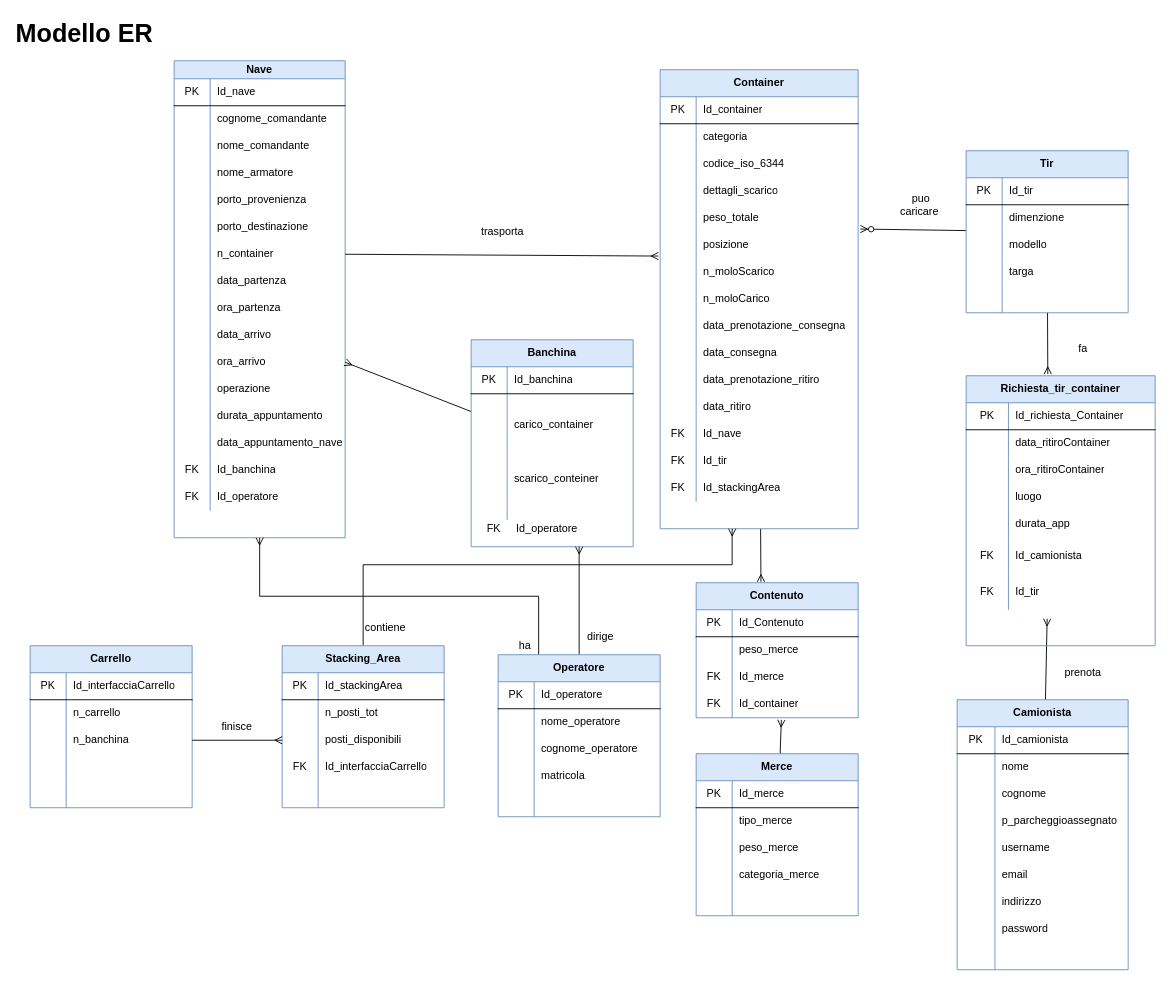
Above: databases_finito.drawio in giuliacangani02/EsameGiulia2021 (draw.io), before the change. Source tidied: cells renumbered, new cells numbered last; positions are measured from the earlier drawing's top-left corner, leaving out a move shared by most shapes. Both pictures are drawn from the tidied source at 90%, with x=0, y=0 at pixel (30, 15).
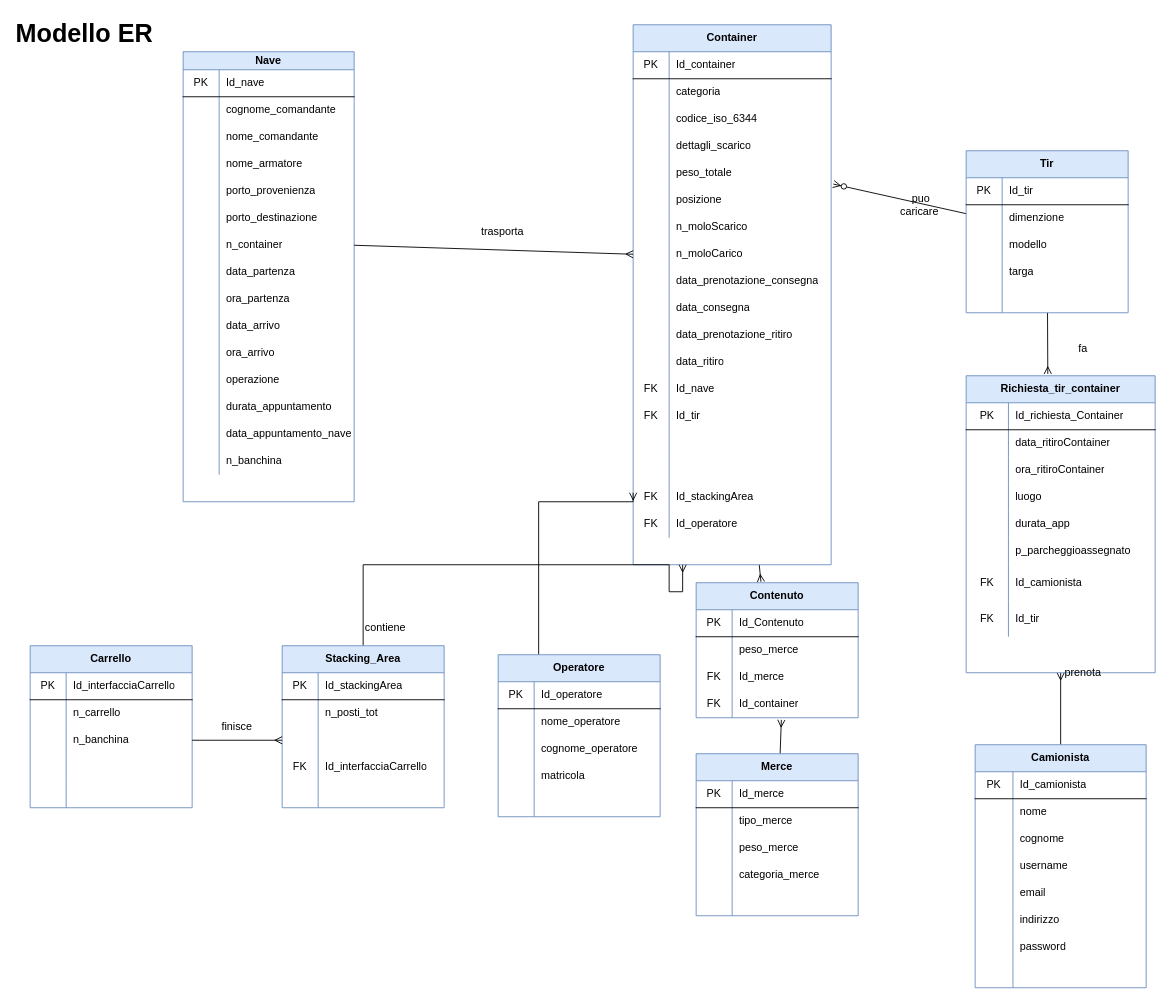
The same page after the edit.

The change refers to these unchanged cells:
```xml
<mxCell id="21" style="shape=partialRectangle;html=1;whiteSpace=wrap;fillColor=none;top=0;left=0;bottom=0;right=0;points=[[0,0.5],[1,0.5]];portConstraint=eastwest;" parent="2" vertex="1">
  <mxGeometry y="200" width="190" height="30" as="geometry" />
</mxCell>
<mxCell id="33" style="shape=partialRectangle;html=1;whiteSpace=wrap;fillColor=none;top=0;left=0;bottom=0;right=0;points=[[0,0.5],[1,0.5]];portConstraint=eastwest;" parent="2" vertex="1">
  <mxGeometry y="320" width="190" height="30" as="geometry" />
</mxCell>
<mxCell id="45" style="shape=partialRectangle;html=1;whiteSpace=wrap;fillColor=none;top=0;left=0;bottom=0;right=0;" parent="2" vertex="1">
  <mxGeometry y="440" width="190" height="30" as="geometry" />
</mxCell>
<mxCell id="94" style="shape=partialRectangle;html=1;whiteSpace=wrap;fillColor=none;top=0;left=0;bottom=0;right=0;points=[[0,0.5],[1,0.5]];portConstraint=eastwest;" parent="72" vertex="1">
  <mxGeometry y="240" width="220" height="30" as="geometry" />
</mxCell>
<mxCell id="154" value="Stacking_Area" style="shape=table;html=1;whiteSpace=wrap;startSize=30;childLayout=tableLayout;rowLines=0;fontStyle=1;align=center;fillColor=#dae8fc;strokeColor=#6c8ebf;" parent="1" vertex="1">
  <mxGeometry x="280" y="700" width="180" height="180" as="geometry" />
</mxCell>
<mxCell id="161" style="shape=partialRectangle;html=1;whiteSpace=wrap;fillColor=none;top=0;left=0;bottom=0;right=0;points=[[0,0.5],[1,0.5]];portConstraint=eastwest;" parent="154" vertex="1">
  <mxGeometry y="90" width="180" height="30" as="geometry" />
</mxCell>
<mxCell id="219" value="Operatore" style="shape=table;html=1;whiteSpace=wrap;startSize=30;childLayout=tableLayout;rowLines=0;fontStyle=1;align=center;fillColor=#dae8fc;strokeColor=#6c8ebf;" parent="1" vertex="1">
  <mxGeometry x="520" y="710" width="180" height="180" as="geometry" />
</mxCell>
```

Change to the diagram source:
```diff
@@
     <mxCell id="2" value="Nave" style="shape=table;html=1;whiteSpace=wrap;startSize=20;childLayout=tableLayout;rowLines=0;fontStyle=1;align=center;fillColor=#dae8fc;strokeColor=#6c8ebf;" parent="1" vertex="1">
-      <mxGeometry x="160" y="50" width="190" height="530" as="geometry" />
+      <mxGeometry x="170" y="40" width="190" height="500" as="geometry" />
     </mxCell>
@@
-    <mxCell id="46" value="FK" style="shape=partialRectangle;html=1;whiteSpace=wrap;fillColor=none;top=0;left=0;bottom=0;right=0;overflow=hidden;" parent="45" vertex="1">
+    <mxCell id="46" style="shape=partialRectangle;html=1;whiteSpace=wrap;fillColor=none;top=0;left=0;bottom=0;right=0;overflow=hidden;" parent="45" vertex="1">
       <mxGeometry width="40" height="30" as="geometry" />
     </mxCell>
-    <mxCell id="47" value="Id_banchina" style="shape=partialRectangle;html=1;whiteSpace=wrap;fillColor=none;top=0;left=0;bottom=0;right=0;align=left;spacingLeft=6;overflow=hidden;" parent="45" vertex="1">
+    <mxCell id="47" value="n_banchina" style="shape=partialRectangle;html=1;whiteSpace=wrap;fillColor=none;top=0;left=0;bottom=0;right=0;align=left;spacingLeft=6;overflow=hidden;" parent="45" vertex="1">
       <mxGeometry x="40" width="150" height="30" as="geometry" />
     </mxCell>
-    <mxCell id="48" style="shape=partialRectangle;html=1;whiteSpace=wrap;fillColor=none;top=0;left=0;bottom=0;right=0;" parent="2" vertex="1">
-      <mxGeometry y="470" width="190" height="30" as="geometry" />
-    </mxCell>
-    <mxCell id="49" value="FK" style="shape=partialRectangle;html=1;whiteSpace=wrap;fillColor=none;top=0;left=0;bottom=0;right=0;overflow=hidden;" parent="48" vertex="1">
-      <mxGeometry width="40" height="30" as="geometry" />
-    </mxCell>
-    <mxCell id="50" value="Id_operatore" style="shape=partialRectangle;html=1;whiteSpace=wrap;fillColor=none;top=0;left=0;bottom=0;right=0;align=left;spacingLeft=6;overflow=hidden;" parent="48" vertex="1">
-      <mxGeometry x="40" width="150" height="30" as="geometry" />
-    </mxCell>
-    <mxCell id="51" style="edgeStyle=none;rounded=0;jettySize=auto;html=1;entryX=1;entryY=0.5;entryDx=0;entryDy=0;endArrow=ERmany;endFill=0;" parent="1" edge="1" source="52" target="33">
-      <mxGeometry relative="1" as="geometry" />
-    </mxCell>
-    <mxCell id="52" value="Banchina" style="shape=table;html=1;whiteSpace=wrap;startSize=30;childLayout=tableLayout;rowLines=0;fontStyle=1;align=center;fillColor=#dae8fc;strokeColor=#6c8ebf;" parent="1" vertex="1">
-      <mxGeometry x="490" y="360" width="180" height="230" as="geometry" />
-    </mxCell>
-    <mxCell id="53" style="shape=partialRectangle;html=1;whiteSpace=wrap;fillColor=none;top=0;left=0;bottom=1;right=0;" parent="52" vertex="1">
-      <mxGeometry y="30" width="180" height="30" as="geometry" />
-    </mxCell>
-    <mxCell id="54" value="PK" style="shape=partialRectangle;html=1;whiteSpace=wrap;fillColor=none;top=0;left=0;bottom=0;right=0;overflow=hidden;" parent="53" vertex="1">
-      <mxGeometry width="40" height="30" as="geometry" />
-    </mxCell>
-    <mxCell id="55" value="Id_banchina" style="shape=partialRectangle;html=1;whiteSpace=wrap;fillColor=none;top=0;left=0;bottom=0;right=0;align=left;spacingLeft=6;overflow=hidden;" parent="53" vertex="1">
-      <mxGeometry x="40" width="140" height="30" as="geometry" />
-    </mxCell>
-    <mxCell id="56" style="shape=partialRectangle;html=1;whiteSpace=wrap;fillColor=none;top=0;left=0;bottom=0;right=0;" parent="52" vertex="1">
-      <mxGeometry y="60" width="180" height="20" as="geometry" />
-    </mxCell>
-    <mxCell id="57" style="shape=partialRectangle;html=1;whiteSpace=wrap;fillColor=none;top=0;left=0;bottom=0;right=0;overflow=hidden;" parent="56" vertex="1">
-      <mxGeometry width="40" height="20" as="geometry" />
-    </mxCell>
-    <mxCell id="58" style="shape=partialRectangle;html=1;whiteSpace=wrap;fillColor=none;top=0;left=0;bottom=0;right=0;align=left;spacingLeft=6;overflow=hidden;" parent="56" vertex="1">
-      <mxGeometry x="40" width="140" height="20" as="geometry" />
-    </mxCell>
-    <mxCell id="59" style="shape=partialRectangle;html=1;whiteSpace=wrap;fillColor=none;top=0;left=0;bottom=0;right=0;" parent="52" vertex="1">
-      <mxGeometry y="80" width="180" height="30" as="geometry" />
-    </mxCell>
-    <mxCell id="60" style="shape=partialRectangle;html=1;whiteSpace=wrap;fillColor=none;top=0;left=0;bottom=0;right=0;overflow=hidden;" parent="59" vertex="1">
-      <mxGeometry width="40" height="30" as="geometry" />
-    </mxCell>
-    <mxCell id="61" value="carico_container" style="shape=partialRectangle;html=1;whiteSpace=wrap;fillColor=none;top=0;left=0;bottom=0;right=0;align=left;spacingLeft=6;overflow=hidden;" parent="59" vertex="1">
-      <mxGeometry x="40" width="140" height="30" as="geometry" />
-    </mxCell>
-    <mxCell id="62" style="shape=partialRectangle;html=1;whiteSpace=wrap;fillColor=none;top=0;left=0;bottom=0;right=0;" parent="52" vertex="1">
-      <mxGeometry y="110" width="180" height="30" as="geometry" />
-    </mxCell>
-    <mxCell id="63" style="shape=partialRectangle;html=1;whiteSpace=wrap;fillColor=none;top=0;left=0;bottom=0;right=0;overflow=hidden;" parent="62" vertex="1">
-      <mxGeometry width="40" height="30" as="geometry" />
-    </mxCell>
-    <mxCell id="64" style="shape=partialRectangle;html=1;whiteSpace=wrap;fillColor=none;top=0;left=0;bottom=0;right=0;align=left;spacingLeft=6;overflow=hidden;" parent="62" vertex="1">
-      <mxGeometry x="40" width="140" height="30" as="geometry" />
-    </mxCell>
-    <mxCell id="65" style="shape=partialRectangle;html=1;whiteSpace=wrap;fillColor=none;top=0;left=0;bottom=0;right=0;" parent="52" vertex="1">
-      <mxGeometry y="140" width="180" height="30" as="geometry" />
-    </mxCell>
-    <mxCell id="66" style="shape=partialRectangle;html=1;whiteSpace=wrap;fillColor=none;top=0;left=0;bottom=0;right=0;overflow=hidden;" parent="65" vertex="1">
-      <mxGeometry width="40" height="30" as="geometry" />
-    </mxCell>
-    <mxCell id="67" value="scarico_conteiner" style="shape=partialRectangle;html=1;whiteSpace=wrap;fillColor=none;top=0;left=0;bottom=0;right=0;align=left;spacingLeft=6;overflow=hidden;" parent="65" vertex="1">
-      <mxGeometry x="40" width="140" height="30" as="geometry" />
-    </mxCell>
-    <mxCell id="68" style="shape=partialRectangle;html=1;whiteSpace=wrap;fillColor=none;top=0;left=0;bottom=0;right=0;" parent="52" vertex="1">
-      <mxGeometry y="170" width="180" height="30" as="geometry" />
-    </mxCell>
-    <mxCell id="69" style="shape=partialRectangle;html=1;whiteSpace=wrap;fillColor=none;top=0;left=0;bottom=0;right=0;overflow=hidden;" parent="68" vertex="1">
-      <mxGeometry width="40" height="30" as="geometry" />
-    </mxCell>
-    <mxCell id="70" style="shape=partialRectangle;html=1;whiteSpace=wrap;fillColor=none;top=0;left=0;bottom=0;right=0;align=left;spacingLeft=6;overflow=hidden;" parent="68" vertex="1">
-      <mxGeometry x="40" width="140" height="30" as="geometry" />
-    </mxCell>
@@
     <mxCell id="72" value="Container" style="shape=table;html=1;whiteSpace=wrap;startSize=30;childLayout=tableLayout;rowLines=0;fontStyle=1;align=center;fillColor=#dae8fc;strokeColor=#6c8ebf;" parent="1" vertex="1">
-      <mxGeometry x="700" y="60" width="220" height="510" as="geometry" />
+      <mxGeometry x="670" y="10" width="220" height="600" as="geometry" />
     </mxCell>
@@
+    <mxCell id="281" style="shape=partialRectangle;html=1;whiteSpace=wrap;fillColor=none;top=0;left=0;bottom=0;right=0;" parent="72" vertex="1">
+      <mxGeometry y="450" width="220" height="30" as="geometry" />
+    </mxCell>
+    <mxCell id="282" style="shape=partialRectangle;html=1;whiteSpace=wrap;fillColor=none;top=0;left=0;bottom=0;right=0;overflow=hidden;" parent="281" vertex="1">
+      <mxGeometry width="40" height="30" as="geometry" />
+    </mxCell>
+    <mxCell id="283" style="shape=partialRectangle;html=1;whiteSpace=wrap;fillColor=none;top=0;left=0;bottom=0;right=0;align=left;spacingLeft=6;overflow=hidden;" parent="281" vertex="1">
+      <mxGeometry x="40" width="180" height="30" as="geometry" />
+    </mxCell>
     <mxCell id="115" style="shape=partialRectangle;html=1;whiteSpace=wrap;fillColor=none;top=0;left=0;bottom=0;right=0;" parent="72" vertex="1">
-      <mxGeometry y="450" width="220" height="30" as="geometry" />
+      <mxGeometry y="480" width="220" height="30" as="geometry" />
     </mxCell>
-    <mxCell id="116" value="FK" style="shape=partialRectangle;html=1;whiteSpace=wrap;fillColor=none;top=0;left=0;bottom=0;right=0;overflow=hidden;" parent="115" vertex="1">
+    <mxCell id="116" style="shape=partialRectangle;html=1;whiteSpace=wrap;fillColor=none;top=0;left=0;bottom=0;right=0;overflow=hidden;" parent="115" vertex="1">
       <mxGeometry width="40" height="30" as="geometry" />
     </mxCell>
-    <mxCell id="117" value="Id_stackingArea" style="shape=partialRectangle;html=1;whiteSpace=wrap;fillColor=none;top=0;left=0;bottom=0;right=0;align=left;spacingLeft=6;overflow=hidden;" parent="115" vertex="1">
+    <mxCell id="117" style="shape=partialRectangle;html=1;whiteSpace=wrap;fillColor=none;top=0;left=0;bottom=0;right=0;align=left;spacingLeft=6;overflow=hidden;" parent="115" vertex="1">
       <mxGeometry x="40" width="180" height="30" as="geometry" />
     </mxCell>
+    <mxCell id="284" style="shape=partialRectangle;html=1;whiteSpace=wrap;fillColor=none;top=0;left=0;bottom=0;right=0;" parent="72" vertex="1">
+      <mxGeometry y="510" width="220" height="30" as="geometry" />
+    </mxCell>
+    <mxCell id="262" value="FK" style="shape=partialRectangle;html=1;whiteSpace=wrap;fillColor=none;top=0;left=0;bottom=0;right=0;overflow=hidden;" parent="284" vertex="1">
+      <mxGeometry width="40" height="30" as="geometry" />
+    </mxCell>
+    <mxCell id="285" value="Id_stackingArea" style="shape=partialRectangle;html=1;whiteSpace=wrap;fillColor=none;top=0;left=0;bottom=0;right=0;align=left;spacingLeft=6;overflow=hidden;" parent="284" vertex="1">
+      <mxGeometry x="40" width="180" height="30" as="geometry" />
+    </mxCell>
+    <mxCell id="48" style="shape=partialRectangle;html=1;whiteSpace=wrap;fillColor=none;top=0;left=0;bottom=0;right=0;" parent="72" vertex="1">
+      <mxGeometry y="540" width="220" height="30" as="geometry" />
+    </mxCell>
+    <mxCell id="49" value="FK" style="shape=partialRectangle;html=1;whiteSpace=wrap;fillColor=none;top=0;left=0;bottom=0;right=0;overflow=hidden;" parent="48" vertex="1">
+      <mxGeometry width="40" height="30" as="geometry" />
+    </mxCell>
+    <mxCell id="50" value="Id_operatore" style="shape=partialRectangle;html=1;whiteSpace=wrap;fillColor=none;top=0;left=0;bottom=0;right=0;align=left;spacingLeft=6;overflow=hidden;" parent="48" vertex="1">
+      <mxGeometry x="40" width="180" height="30" as="geometry" />
+    </mxCell>
@@
-    <mxCell id="153" style="edgeStyle=orthogonalEdgeStyle;rounded=0;jettySize=auto;html=1;endArrow=ERmany;endFill=0;" parent="1" edge="1" source="154">
+    <mxCell id="153" style="edgeStyle=orthogonalEdgeStyle;rounded=0;jettySize=auto;html=1;endArrow=ERmany;endFill=0;entryX=0.25;entryY=1;entryDx=0;entryDy=0;" parent="1" edge="1" source="154" target="72">
       <mxGeometry relative="1" as="geometry">
-        <mxPoint x="780" y="570" as="targetPoint" />
         <Array as="points">
           <mxPoint x="370" y="610" />
-          <mxPoint x="780" y="610" />
+          <mxPoint x="710" y="610" />
+          <mxPoint x="710" y="640" />
+          <mxPoint x="725" y="640" />
         </Array>
       </mxGeometry>
     </mxCell>
@@
-    <mxCell id="163" value="posti_disponibili" style="shape=partialRectangle;html=1;whiteSpace=wrap;fillColor=none;top=0;left=0;bottom=0;right=0;align=left;spacingLeft=6;overflow=hidden;" parent="161" vertex="1">
+    <mxCell id="163" style="shape=partialRectangle;html=1;whiteSpace=wrap;fillColor=none;top=0;left=0;bottom=0;right=0;align=left;spacingLeft=6;overflow=hidden;" parent="161" vertex="1">
       <mxGeometry x="40" width="140" height="30" as="geometry" />
     </mxCell>
@@
     <mxCell id="186" style="edgeStyle=none;rounded=0;jettySize=auto;html=1;endArrow=ERmany;endFill=0;" parent="1" edge="1" source="187">
       <mxGeometry relative="1" as="geometry">
-        <mxPoint x="1130" y="670" as="targetPoint" />
+        <mxPoint x="1145" y="730" as="targetPoint" />
       </mxGeometry>
     </mxCell>
     <mxCell id="187" value="Camionista" style="shape=table;html=1;whiteSpace=wrap;startSize=30;childLayout=tableLayout;rowLines=0;fontStyle=1;align=center;fillColor=#dae8fc;strokeColor=#6c8ebf;" parent="1" vertex="1">
-      <mxGeometry x="1030" y="760" width="190" height="300" as="geometry" />
+      <mxGeometry x="1050" y="810" width="190" height="270" as="geometry" />
     </mxCell>
@@
-    <mxCell id="197" style="shape=partialRectangle;html=1;whiteSpace=wrap;fillColor=none;top=0;left=0;bottom=0;right=0;" parent="187" vertex="1">
-      <mxGeometry y="120" width="190" height="30" as="geometry" />
-    </mxCell>
-    <mxCell id="198" style="shape=partialRectangle;html=1;whiteSpace=wrap;fillColor=none;top=0;left=0;bottom=0;right=0;overflow=hidden;" parent="197" vertex="1">
-      <mxGeometry width="42" height="30" as="geometry" />
-    </mxCell>
-    <mxCell id="199" value="p_parcheggioassegnato" style="shape=partialRectangle;html=1;whiteSpace=wrap;fillColor=none;top=0;left=0;bottom=0;right=0;align=left;spacingLeft=6;overflow=hidden;" parent="197" vertex="1">
-      <mxGeometry x="42" width="148" height="30" as="geometry" />
-    </mxCell>
     <mxCell id="200" style="shape=partialRectangle;html=1;whiteSpace=wrap;fillColor=none;top=0;left=0;bottom=0;right=0;" parent="187" vertex="1">
-      <mxGeometry y="150" width="190" height="30" as="geometry" />
+      <mxGeometry y="120" width="190" height="30" as="geometry" />
     </mxCell>
@@
     <mxCell id="203" style="shape=partialRectangle;html=1;whiteSpace=wrap;fillColor=none;top=0;left=0;bottom=0;right=0;" parent="187" vertex="1">
-      <mxGeometry y="180" width="190" height="30" as="geometry" />
+      <mxGeometry y="150" width="190" height="30" as="geometry" />
     </mxCell>
@@
     <mxCell id="206" style="shape=partialRectangle;html=1;whiteSpace=wrap;fillColor=none;top=0;left=0;bottom=0;right=0;" parent="187" vertex="1">
-      <mxGeometry y="210" width="190" height="30" as="geometry" />
+      <mxGeometry y="180" width="190" height="30" as="geometry" />
     </mxCell>
@@
     <mxCell id="209" style="shape=partialRectangle;html=1;whiteSpace=wrap;fillColor=none;top=0;left=0;bottom=0;right=0;" parent="187" vertex="1">
-      <mxGeometry y="240" width="190" height="30" as="geometry" />
+      <mxGeometry y="210" width="190" height="30" as="geometry" />
     </mxCell>
@@
     <mxCell id="212" style="shape=partialRectangle;html=1;whiteSpace=wrap;fillColor=none;top=0;left=0;bottom=0;right=0;" parent="187" vertex="1">
-      <mxGeometry y="270" width="190" height="30" as="geometry" />
+      <mxGeometry y="240" width="190" height="30" as="geometry" />
     </mxCell>
@@
-    <mxCell id="217" style="edgeStyle=none;rounded=0;jettySize=auto;html=1;endArrow=ERmany;endFill=0;" parent="1" edge="1" source="219">
-      <mxGeometry relative="1" as="geometry">
-        <mxPoint x="610" y="590" as="targetPoint" />
-      </mxGeometry>
-    </mxCell>
-    <mxCell id="218" style="edgeStyle=orthogonalEdgeStyle;rounded=0;jettySize=auto;html=1;exitX=0.25;exitY=0;exitDx=0;exitDy=0;endArrow=ERmany;endFill=0;entryX=0.5;entryY=1;entryDx=0;entryDy=0;" parent="1" edge="1" source="219" target="2">
-      <mxGeometry relative="1" as="geometry" />
+    <mxCell id="218" style="edgeStyle=orthogonalEdgeStyle;rounded=0;jettySize=auto;html=1;exitX=0.25;exitY=0;exitDx=0;exitDy=0;endArrow=ERmany;endFill=0;" parent="1" edge="1" source="219">
+      <mxGeometry relative="1" as="geometry">
+        <mxPoint x="670" y="530" as="targetPoint" />
+        <Array as="points">
+          <mxPoint x="565" y="540" />
+          <mxPoint x="670" y="540" />
+        </Array>
+      </mxGeometry>
     </mxCell>
@@
-    <mxCell id="235" value="dirige" style="text;html=1;strokeColor=none;fillColor=none;align=center;verticalAlign=middle;whiteSpace=wrap;rounded=0;" parent="1" vertex="1">
-      <mxGeometry x="614" y="680" width="40" height="20" as="geometry" />
-    </mxCell>
     <mxCell id="236" value="Richiesta_tir_container" style="shape=table;html=1;whiteSpace=wrap;startSize=30;childLayout=tableLayout;rowLines=0;fontStyle=1;align=center;fillColor=#dae8fc;strokeColor=#6c8ebf;" parent="1" vertex="1">
-      <mxGeometry x="1040" y="400" width="210" height="300" as="geometry" />
+      <mxGeometry x="1040" y="400" width="210" height="330" as="geometry" />
     </mxCell>
@@
+    <mxCell id="286" style="shape=partialRectangle;html=1;whiteSpace=wrap;fillColor=none;top=0;left=0;bottom=0;right=0;" parent="236" vertex="1">
+      <mxGeometry y="180" width="210" height="30" as="geometry" />
+    </mxCell>
+    <mxCell id="287" style="shape=partialRectangle;html=1;whiteSpace=wrap;fillColor=none;top=0;left=0;bottom=0;right=0;overflow=hidden;" parent="286" vertex="1">
+      <mxGeometry width="47" height="30" as="geometry" />
+    </mxCell>
+    <mxCell id="199" value="p_parcheggioassegnato" style="shape=partialRectangle;html=1;whiteSpace=wrap;fillColor=none;top=0;left=0;bottom=0;right=0;align=left;spacingLeft=6;overflow=hidden;" parent="286" vertex="1">
+      <mxGeometry x="47" width="163" height="30" as="geometry" />
+    </mxCell>
     <mxCell id="252" style="shape=partialRectangle;html=1;whiteSpace=wrap;fillColor=none;top=0;left=0;bottom=0;right=0;" parent="236" vertex="1">
-      <mxGeometry y="180" width="210" height="40" as="geometry" />
+      <mxGeometry y="210" width="210" height="40" as="geometry" />
     </mxCell>
@@
     <mxCell id="255" style="shape=partialRectangle;html=1;whiteSpace=wrap;fillColor=none;top=0;left=0;bottom=0;right=0;" parent="236" vertex="1">
-      <mxGeometry y="220" width="210" height="40" as="geometry" />
+      <mxGeometry y="250" width="210" height="40" as="geometry" />
     </mxCell>
@@
-    <mxCell id="262" value="FK" style="text;html=1;align=center;verticalAlign=middle;strokeColor=none;" parent="1" vertex="1">
-      <mxGeometry x="500" y="560" width="30" height="20" as="geometry" />
-    </mxCell>
-    <mxCell id="263" value="Id_operatore" style="text;html=1;align=center;verticalAlign=middle;strokeColor=none;" parent="1" vertex="1">
-      <mxGeometry x="534" y="560" width="80" height="20" as="geometry" />
-    </mxCell>
@@
-    <mxCell id="278" style="rounded=0;jettySize=auto;html=1;endArrow=ERmany;endFill=0;exitX=1;exitY=0.5;exitDx=0;exitDy=0;" parent="1" edge="1" source="21">
-      <mxGeometry relative="1" as="geometry">
-        <mxPoint x="698" y="267" as="targetPoint" />
-      </mxGeometry>
+    <mxCell id="278" style="rounded=0;jettySize=auto;html=1;endArrow=ERmany;endFill=0;exitX=1;exitY=0.5;exitDx=0;exitDy=0;entryX=0;entryY=0.5;entryDx=0;entryDy=0;" parent="1" edge="1" source="21" target="94">
+      <mxGeometry relative="1" as="geometry" />
     </mxCell>
-    <mxCell id="279" value="ha" style="text;html=1;strokeColor=none;fillColor=none;align=center;verticalAlign=middle;whiteSpace=wrap;rounded=0;" parent="1" vertex="1">
-      <mxGeometry x="530" y="690" width="40" height="20" as="geometry" />
-    </mxCell>
```
